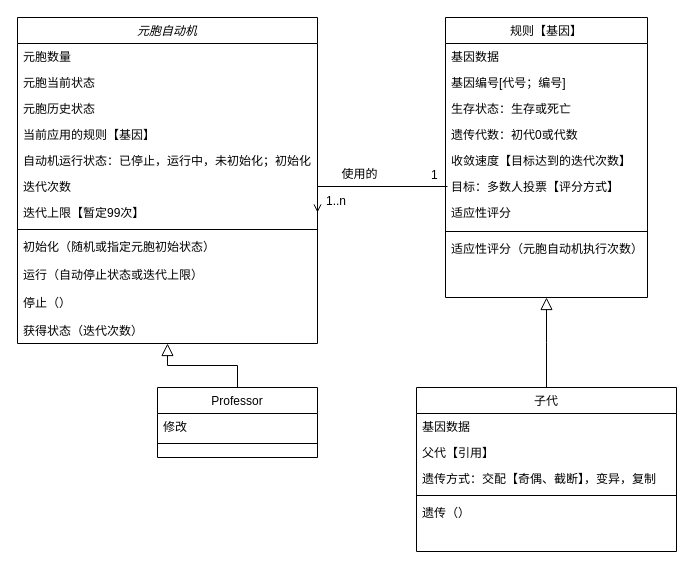
Before: 元胞自动机V0.5.drawio in ligumi/CellularAutomataProject, a draw.io diagram. Source tidied: cells renumbered, new cells numbered last; positions are measured from the earlier drawing's top-left corner, leaving out a move shared by most shapes. Both pictures are drawn from the tidied source at 100%, with x=0, y=0 at pixel (17, 17).
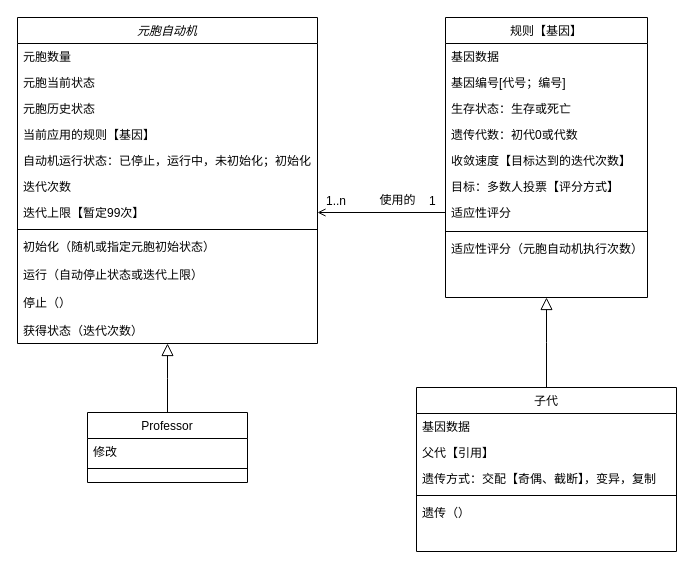
After the change.

Commit message:
Update 元胞自动机V0.5.drawio

Unchanged cells that the change refers to:
```xml
<mxCell id="9" value="迭代上限【暂定99次】" style="text;align=left;verticalAlign=top;spacingLeft=4;spacingRight=4;overflow=hidden;points=[[0,0.5],[1,0.5]];portConstraint=eastwest;rounded=0;shadow=0;html=0;" parent="2" vertex="1">
  <mxGeometry y="182" width="300" height="26" as="geometry" />
</mxCell>
<mxCell id="33" value="适应性评分&#10;" style="text;align=left;verticalAlign=top;spacingLeft=4;spacingRight=4;overflow=hidden;points=[[0,0.5],[1,0.5]];portConstraint=eastwest;" parent="26" vertex="1">
  <mxGeometry y="182" width="202" height="28" as="geometry" />
</mxCell>
```

Change to the diagram source:
```diff
@@
     <mxCell id="22" value="Professor" style="swimlane;fontStyle=0;align=center;verticalAlign=top;horizontal=1;startSize=26;rounded=0;shadow=0;strokeWidth=1;" parent="1" vertex="1">
-      <mxGeometry x="140" y="370" width="160" height="70" as="geometry" />
+      <mxGeometry x="70" y="395" width="160" height="70" as="geometry" />
     </mxCell>
@@
-    <mxCell id="36" style="endArrow=open;shadow=0;strokeWidth=1;rounded=0;endFill=1;edgeStyle=elbowEdgeStyle;elbow=vertical;entryX=1;entryY=0.5;entryDx=0;entryDy=0;" parent="1" edge="1" target="9">
+    <mxCell id="36" style="endArrow=open;shadow=0;strokeWidth=1;rounded=0;endFill=1;edgeStyle=elbowEdgeStyle;elbow=vertical;entryX=1;entryY=0.5;entryDx=0;entryDy=0;" parent="1" edge="1" source="33" target="9">
       <mxGeometry x="0.5" y="41" relative="1" as="geometry">
-        <mxPoint x="430" y="169" as="sourcePoint" />
         <Array as="points">
+          <mxPoint x="430" y="195" />
           <mxPoint x="370" y="169" />
           <mxPoint x="360" y="143" />
         </Array>
         <mxPoint x="-40" y="32" as="offset" />
       </mxGeometry>
     </mxCell>
@@
     <mxCell id="39" value="使用的" style="text;html=1;align=center;verticalAlign=middle;labelBackgroundColor=none;rounded=0;shadow=0;strokeWidth=1;fontSize=12;" parent="36" vertex="1">
       <mxGeometry x="0.5" y="49" relative="1" as="geometry">
-        <mxPoint x="28" y="-62" as="offset" />
+        <mxPoint x="47" y="-62" as="offset" />
       </mxGeometry>
     </mxCell>
```
